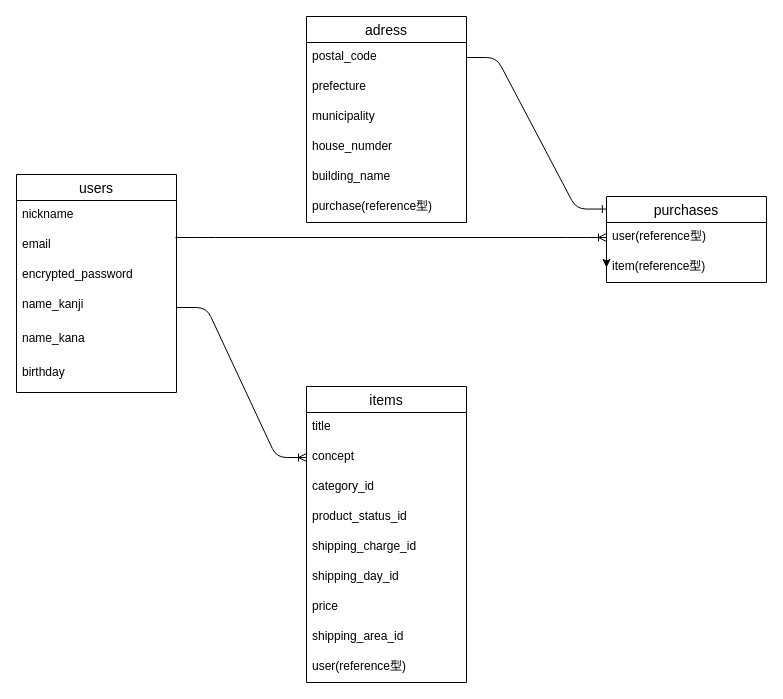
Before: furima.dio in yusei0726/furima-30315, a draw.io diagram. Source tidied: cells renumbered, new cells numbered last; positions are measured from the earlier drawing's top-left corner, leaving out a move shared by most shapes. Both pictures are drawn from the tidied source at 100%, with x=0, y=0 at pixel (16, 16).
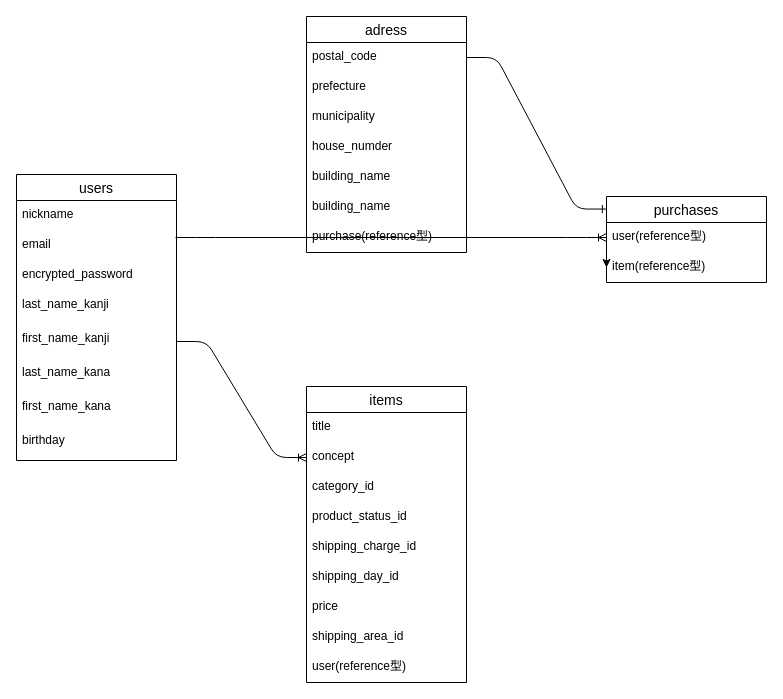
The same page after the edit.

Commit message (it also covers changes not shown here):
データベース設計の修正(2回目)

The edit, as a diff of the source:
```diff
@@
     <mxCell id="12" value="adress" style="swimlane;fontStyle=0;horizontal=1;startSize=26;align=center;fontSize=14;" parent="1" vertex="1">
-      <mxGeometry x="290" width="160" height="206" as="geometry" />
+      <mxGeometry x="290" width="160" height="236" as="geometry" />
     </mxCell>
@@
+    <mxCell id="33" value="building_name" style="text;strokeColor=none;fillColor=none;spacingLeft=4;spacingRight=4;overflow=hidden;fontSize=12;" parent="12" vertex="1">
+      <mxGeometry y="146" width="160" height="30" as="geometry" />
+    </mxCell>
     <mxCell id="17" value="building_name" style="text;strokeColor=none;fillColor=none;spacingLeft=4;spacingRight=4;overflow=hidden;fontSize=12;" parent="12" vertex="1">
-      <mxGeometry y="146" width="160" height="30" as="geometry" />
+      <mxGeometry y="176" width="160" height="30" as="geometry" />
     </mxCell>
     <mxCell id="18" value="purchase(reference型)" style="text;strokeColor=none;fillColor=none;spacingLeft=4;spacingRight=4;overflow=hidden;fontSize=12;" parent="12" vertex="1">
-      <mxGeometry y="176" width="160" height="30" as="geometry" />
+      <mxGeometry y="206" width="160" height="30" as="geometry" />
     </mxCell>
@@
     <mxCell id="23" value="users" style="swimlane;fontStyle=0;horizontal=1;startSize=26;align=center;fontSize=14;" parent="1" vertex="1">
-      <mxGeometry y="158" width="160" height="218" as="geometry" />
+      <mxGeometry y="158" width="160" height="286" as="geometry" />
     </mxCell>
@@
+    <mxCell id="34" value="last_name_kanji" style="text;strokeColor=none;fillColor=none;spacingLeft=4;spacingRight=4;overflow=hidden;fontSize=12;" parent="23" vertex="1">
+      <mxGeometry y="116" width="160" height="34" as="geometry" />
+    </mxCell>
-    <mxCell id="27" value="name_kanji" style="text;strokeColor=none;fillColor=none;spacingLeft=4;spacingRight=4;overflow=hidden;points=[[0,0.5],[1,0.5]];portConstraint=eastwest;fontSize=12;" parent="23" vertex="1">
-      <mxGeometry y="116" width="160" height="34" as="geometry" />
+    <mxCell id="27" value="first_name_kanji" style="text;strokeColor=none;fillColor=none;spacingLeft=4;spacingRight=4;overflow=hidden;points=[[0,0.5],[1,0.5]];portConstraint=eastwest;fontSize=12;" parent="23" vertex="1">
+      <mxGeometry y="150" width="160" height="34" as="geometry" />
     </mxCell>
+    <mxCell id="35" value="last_name_kana" style="text;strokeColor=none;fillColor=none;spacingLeft=4;spacingRight=4;overflow=hidden;fontSize=12;" parent="23" vertex="1">
+      <mxGeometry y="184" width="160" height="34" as="geometry" />
+    </mxCell>
-    <mxCell id="28" value="name_kana" style="text;strokeColor=none;fillColor=none;spacingLeft=4;spacingRight=4;overflow=hidden;fontSize=12;" parent="23" vertex="1">
-      <mxGeometry y="150" width="160" height="34" as="geometry" />
+    <mxCell id="28" value="first_name_kana" style="text;strokeColor=none;fillColor=none;spacingLeft=4;spacingRight=4;overflow=hidden;fontSize=12;" parent="23" vertex="1">
+      <mxGeometry y="218" width="160" height="34" as="geometry" />
     </mxCell>
     <mxCell id="29" value="birthday" style="text;strokeColor=none;fillColor=none;spacingLeft=4;spacingRight=4;overflow=hidden;fontSize=12;" parent="23" vertex="1">
-      <mxGeometry y="184" width="160" height="34" as="geometry" />
+      <mxGeometry y="252" width="160" height="34" as="geometry" />
     </mxCell>
```
